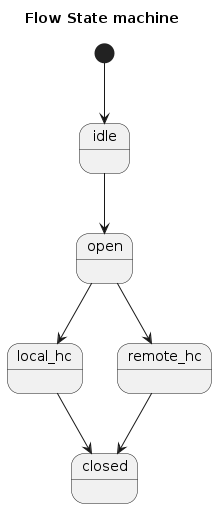
The PlantUML diagram spec/flow-fsm.png in mqtt-ai/mqtt-over-quic, before a commit.
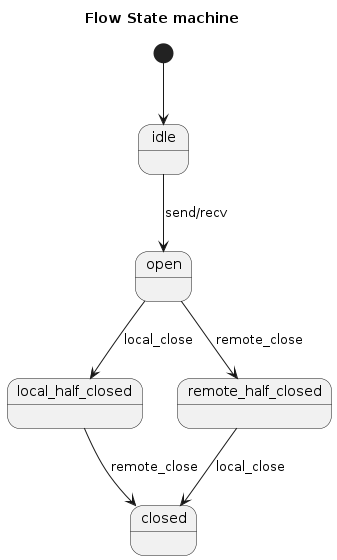
The same diagram one commit later.

The edit, as a diff of the source:
```diff
@@ -1,10 +1,9 @@
 @startuml
 Title Flow State machine
-
 [*] --> idle
-idle --> open
-open --> local_hc
-open --> remote_hc
-local_hc --> closed
-remote_hc --> closed
+idle --> open: send/recv
+open --> local_half_closed: local_close
+open --> remote_half_closed: remote_close
+local_half_closed --> closed: remote_close
+remote_half_closed --> closed: local_close
 @endump
```
